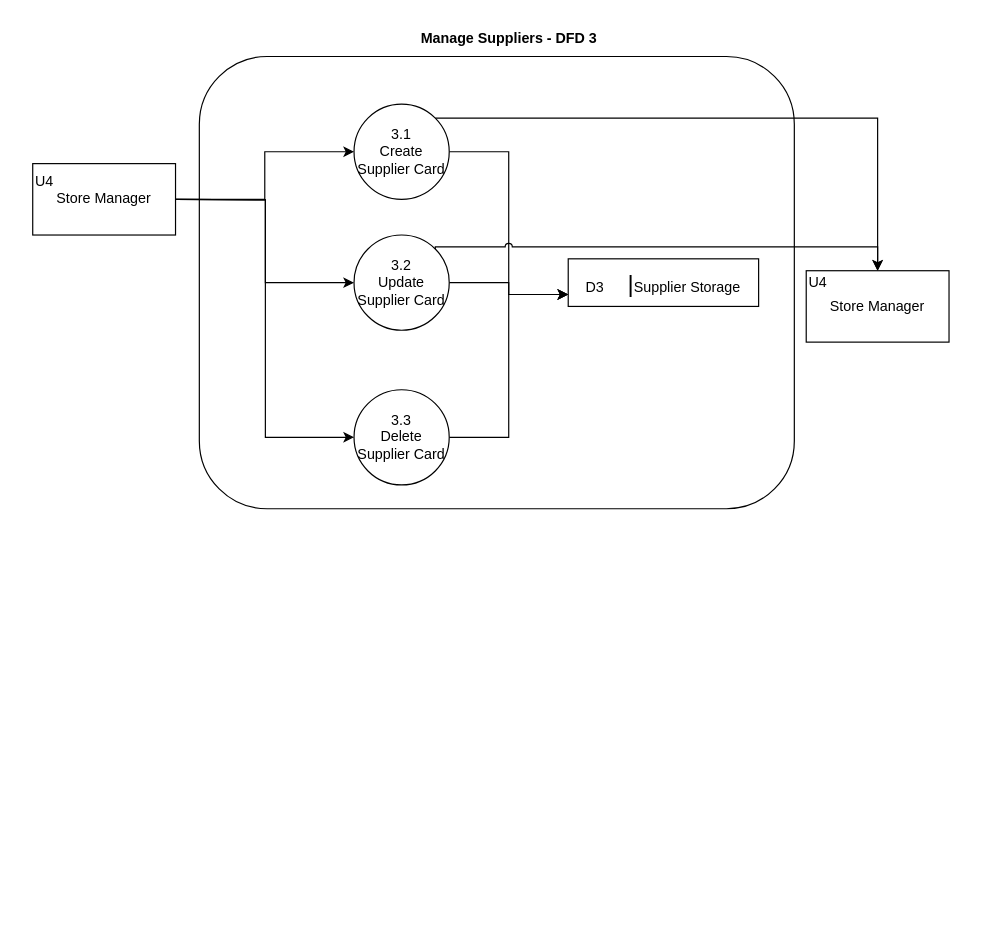
Before: docs/Ass3/Suppliers DFD-3.drawio in BatelBB/Analysis-Design-of-Software-Systems---Course-Prioject, a draw.io diagram. Source tidied: cells renumbered, new cells numbered last; positions are measured from the earlier drawing's top-left corner, leaving out a move shared by most shapes. Both pictures are drawn from the tidied source at 119%, with x=0, y=0 at pixel (20, 20).
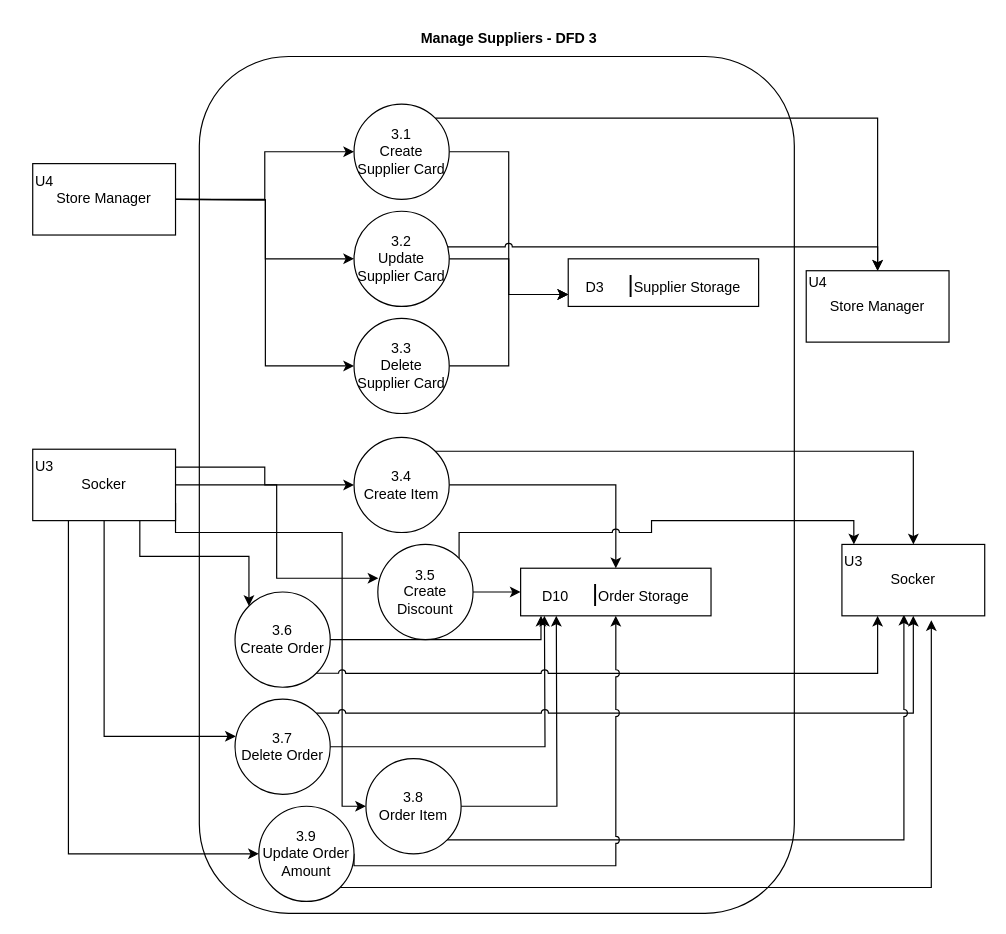
The same page after the edit.

Commit message (it also covers changes not shown here):
Fixed supplier DFD

Diff of the diagram source:
```diff
@@
     <mxCell id="2" style="rounded=1;whiteSpace=wrap;html=1;" parent="1" vertex="1">
-      <mxGeometry x="150" y="30" width="500" height="380" as="geometry" />
+      <mxGeometry x="150" y="30" width="500" height="720" as="geometry" />
     </mxCell>
@@
     <mxCell id="11" value="3.2&lt;br&gt;Update Supplier Card" style="ellipse;whiteSpace=wrap;html=1;" parent="1" vertex="1">
-      <mxGeometry x="280" y="180" width="80" height="80" as="geometry" />
+      <mxGeometry x="280" y="160" width="80" height="80" as="geometry" />
     </mxCell>
     <mxCell id="12" style="edgeStyle=orthogonalEdgeStyle;rounded=0;jettySize=auto;html=1;exitX=1;exitY=0.5;exitDx=0;exitDy=0;fontSize=20;endArrow=classic;endFill=1;" parent="1" edge="1" source="13">
       <mxGeometry relative="1" as="geometry">
         <mxPoint x="460" y="230" as="targetPoint" />
         <Array as="points">
-          <mxPoint x="410" y="350" />
+          <mxPoint x="410" y="290" />
           <mxPoint x="410" y="230" />
         </Array>
       </mxGeometry>
     </mxCell>
     <mxCell id="13" value="3.3&lt;br&gt;Delete Supplier Card" style="ellipse;whiteSpace=wrap;html=1;" parent="1" vertex="1">
-      <mxGeometry x="280" y="310" width="80" height="80" as="geometry" />
+      <mxGeometry x="280" y="250" width="80" height="80" as="geometry" />
     </mxCell>
@@
+    <mxCell id="20" style="edgeStyle=orthogonalEdgeStyle;rounded=0;jettySize=auto;html=1;exitX=1;exitY=0.25;exitDx=0;exitDy=0;" parent="1" edge="1" source="26" target="30">
+      <mxGeometry relative="1" as="geometry" />
+    </mxCell>
+    <mxCell id="21" style="edgeStyle=orthogonalEdgeStyle;rounded=0;jettySize=auto;html=1;exitX=1;exitY=0.5;exitDx=0;exitDy=0;entryX=0.006;entryY=0.355;entryDx=0;entryDy=0;entryPerimeter=0;" parent="1" edge="1" source="26" target="33">
+      <mxGeometry relative="1" as="geometry" />
+    </mxCell>
+    <mxCell id="22" style="edgeStyle=orthogonalEdgeStyle;rounded=0;jettySize=auto;html=1;exitX=0.75;exitY=1;exitDx=0;exitDy=0;entryX=0;entryY=0;entryDx=0;entryDy=0;" parent="1" edge="1" source="26" target="39">
+      <mxGeometry relative="1" as="geometry" />
+    </mxCell>
+    <mxCell id="23" style="edgeStyle=orthogonalEdgeStyle;rounded=0;jettySize=auto;html=1;exitX=0.5;exitY=1;exitDx=0;exitDy=0;entryX=0.008;entryY=0.391;entryDx=0;entryDy=0;entryPerimeter=0;" parent="1" edge="1" source="26" target="36">
+      <mxGeometry relative="1" as="geometry" />
+    </mxCell>
+    <mxCell id="24" style="edgeStyle=orthogonalEdgeStyle;rounded=0;jettySize=auto;html=1;exitX=1;exitY=0.75;exitDx=0;exitDy=0;" parent="1" edge="1" source="26" target="42">
+      <mxGeometry relative="1" as="geometry">
+        <Array as="points">
+          <mxPoint x="130" y="430" />
+          <mxPoint x="270" y="430" />
+          <mxPoint x="270" y="660" />
+        </Array>
+      </mxGeometry>
+    </mxCell>
+    <mxCell id="25" style="edgeStyle=orthogonalEdgeStyle;rounded=0;jettySize=auto;html=1;exitX=0.25;exitY=1;exitDx=0;exitDy=0;entryX=0;entryY=0.5;entryDx=0;entryDy=0;" parent="1" edge="1" source="26" target="45">
+      <mxGeometry relative="1" as="geometry" />
+    </mxCell>
+    <mxCell id="26" value="Socker" style="rounded=0;whiteSpace=wrap;html=1;" parent="1" vertex="1">
+      <mxGeometry x="10" y="360" width="120" height="60" as="geometry" />
+    </mxCell>
+    <mxCell id="27" value="U3" style="text;html=1;strokeColor=none;fillColor=none;align=center;verticalAlign=middle;whiteSpace=wrap;rounded=0;" parent="1" vertex="1">
+      <mxGeometry y="360" width="40" height="30" as="geometry" />
+    </mxCell>
+    <mxCell id="28" style="edgeStyle=orthogonalEdgeStyle;rounded=0;jettySize=auto;html=1;exitX=1;exitY=0.5;exitDx=0;exitDy=0;" parent="1" edge="1" source="30" target="46">
+      <mxGeometry relative="1" as="geometry" />
+    </mxCell>
+    <mxCell id="29" style="edgeStyle=orthogonalEdgeStyle;rounded=0;jettySize=auto;html=1;exitX=1;exitY=0;exitDx=0;exitDy=0;" parent="1" edge="1" source="30" target="47">
+      <mxGeometry relative="1" as="geometry" />
+    </mxCell>
+    <mxCell id="30" value="3.4 &lt;br&gt;&lt;span style=&quot;text-align: left;&quot;&gt;Create Item&lt;/span&gt;" style="ellipse;whiteSpace=wrap;html=1;" parent="1" vertex="1">
+      <mxGeometry x="280" y="350" width="80" height="80" as="geometry" />
+    </mxCell>
+    <mxCell id="31" style="edgeStyle=orthogonalEdgeStyle;rounded=0;jettySize=auto;html=1;exitX=1;exitY=0.5;exitDx=0;exitDy=0;entryX=0;entryY=0.5;entryDx=0;entryDy=0;" parent="1" edge="1" source="33" target="46">
+      <mxGeometry relative="1" as="geometry" />
+    </mxCell>
+    <mxCell id="32" style="edgeStyle=orthogonalEdgeStyle;rounded=0;jumpStyle=arc;jettySize=auto;html=1;exitX=1;exitY=0;exitDx=0;exitDy=0;entryX=0.5;entryY=0;entryDx=0;entryDy=0;" parent="1" edge="1" source="33" target="48">
+      <mxGeometry relative="1" as="geometry">
+        <Array as="points">
+          <mxPoint x="368" y="430" />
+          <mxPoint x="530" y="430" />
+          <mxPoint x="530" y="420" />
+          <mxPoint x="700" y="420" />
+        </Array>
+      </mxGeometry>
+    </mxCell>
+    <mxCell id="33" value="3.5 &lt;br&gt;&lt;span style=&quot;text-align: left;&quot;&gt;Create Discount&lt;/span&gt;" style="ellipse;whiteSpace=wrap;html=1;" parent="1" vertex="1">
+      <mxGeometry x="300" y="440" width="80" height="80" as="geometry" />
+    </mxCell>
+    <mxCell id="34" style="edgeStyle=orthogonalEdgeStyle;rounded=0;jettySize=auto;html=1;exitX=1;exitY=0.5;exitDx=0;exitDy=0;" parent="1" edge="1" source="36">
+      <mxGeometry relative="1" as="geometry">
+        <mxPoint x="440" y="500" as="targetPoint" />
+      </mxGeometry>
+    </mxCell>
+    <mxCell id="35" style="edgeStyle=orthogonalEdgeStyle;rounded=0;jumpStyle=arc;jettySize=auto;html=1;exitX=1;exitY=0;exitDx=0;exitDy=0;entryX=0.5;entryY=1;entryDx=0;entryDy=0;" parent="1" edge="1" source="36" target="47">
+      <mxGeometry relative="1" as="geometry" />
+    </mxCell>
+    <mxCell id="36" value="3.7 &lt;br&gt;&lt;span style=&quot;text-align: left;&quot;&gt;Delete Order&lt;/span&gt;" style="ellipse;whiteSpace=wrap;html=1;" parent="1" vertex="1">
+      <mxGeometry x="180" y="570" width="80" height="80" as="geometry" />
+    </mxCell>
+    <mxCell id="37" style="edgeStyle=orthogonalEdgeStyle;rounded=0;jettySize=auto;html=1;exitX=1;exitY=0.5;exitDx=0;exitDy=0;entryX=0.107;entryY=0.997;entryDx=0;entryDy=0;entryPerimeter=0;" parent="1" edge="1" source="39" target="46">
+      <mxGeometry relative="1" as="geometry" />
+    </mxCell>
+    <mxCell id="38" style="edgeStyle=orthogonalEdgeStyle;rounded=0;jumpStyle=arc;jettySize=auto;html=1;exitX=1;exitY=1;exitDx=0;exitDy=0;entryX=0.25;entryY=1;entryDx=0;entryDy=0;" parent="1" edge="1" source="39" target="47">
+      <mxGeometry relative="1" as="geometry" />
+    </mxCell>
+    <mxCell id="39" value="3.6 &lt;br&gt;&lt;span style=&quot;text-align: left;&quot;&gt;Create Order&lt;/span&gt;" style="ellipse;whiteSpace=wrap;html=1;" parent="1" vertex="1">
+      <mxGeometry x="180" y="480" width="80" height="80" as="geometry" />
+    </mxCell>
+    <mxCell id="40" style="edgeStyle=orthogonalEdgeStyle;rounded=0;jettySize=auto;html=1;exitX=1;exitY=0.5;exitDx=0;exitDy=0;" parent="1" edge="1" source="42">
+      <mxGeometry relative="1" as="geometry">
+        <mxPoint x="450" y="500" as="targetPoint" />
+      </mxGeometry>
+    </mxCell>
+    <mxCell id="41" style="edgeStyle=orthogonalEdgeStyle;rounded=0;jettySize=auto;html=1;exitX=1;exitY=1;exitDx=0;exitDy=0;entryX=0.434;entryY=0.985;entryDx=0;entryDy=0;entryPerimeter=0;jumpStyle=arc;" parent="1" edge="1" source="42" target="47">
+      <mxGeometry relative="1" as="geometry" />
+    </mxCell>
+    <mxCell id="42" value="3.8 &lt;br&gt;&lt;span style=&quot;text-align: left;&quot;&gt;Order Item&lt;br&gt;&lt;/span&gt;" style="ellipse;whiteSpace=wrap;html=1;" parent="1" vertex="1">
+      <mxGeometry x="290" y="620" width="80" height="80" as="geometry" />
+    </mxCell>
+    <mxCell id="43" style="edgeStyle=orthogonalEdgeStyle;rounded=0;jettySize=auto;html=1;exitX=1;exitY=0.5;exitDx=0;exitDy=0;entryX=0.5;entryY=1;entryDx=0;entryDy=0;jumpStyle=arc;" parent="1" edge="1" source="45" target="46">
+      <mxGeometry relative="1" as="geometry">
+        <Array as="points">
+          <mxPoint x="280" y="710" />
+          <mxPoint x="500" y="710" />
+        </Array>
+      </mxGeometry>
+    </mxCell>
+    <mxCell id="44" style="edgeStyle=orthogonalEdgeStyle;rounded=0;jettySize=auto;html=1;exitX=1;exitY=1;exitDx=0;exitDy=0;entryX=0.626;entryY=1.062;entryDx=0;entryDy=0;entryPerimeter=0;" parent="1" edge="1" source="45" target="47">
+      <mxGeometry relative="1" as="geometry" />
+    </mxCell>
+    <mxCell id="45" value="3.9&lt;br&gt;&lt;span style=&quot;text-align: left;&quot;&gt;Update Order Amount&lt;/span&gt;" style="ellipse;whiteSpace=wrap;html=1;" parent="1" vertex="1">
+      <mxGeometry x="200" y="660" width="80" height="80" as="geometry" />
+    </mxCell>
+    <mxCell id="46" value="D10&amp;nbsp; &amp;nbsp; &amp;nbsp;&amp;nbsp;&lt;font style=&quot;font-size: 20px;&quot;&gt;|&lt;/font&gt;Order Storage" style="rounded=0;whiteSpace=wrap;html=1;" parent="1" vertex="1">
+      <mxGeometry x="420" y="460" width="160" height="40" as="geometry" />
+    </mxCell>
+    <mxCell id="47" value="Socker" style="rounded=0;whiteSpace=wrap;html=1;" parent="1" vertex="1">
+      <mxGeometry x="690" y="440" width="120" height="60" as="geometry" />
+    </mxCell>
+    <mxCell id="48" value="U3" style="text;html=1;strokeColor=none;fillColor=none;align=center;verticalAlign=middle;whiteSpace=wrap;rounded=0;" parent="1" vertex="1">
+      <mxGeometry x="680" y="440" width="40" height="30" as="geometry" />
+    </mxCell>
```
